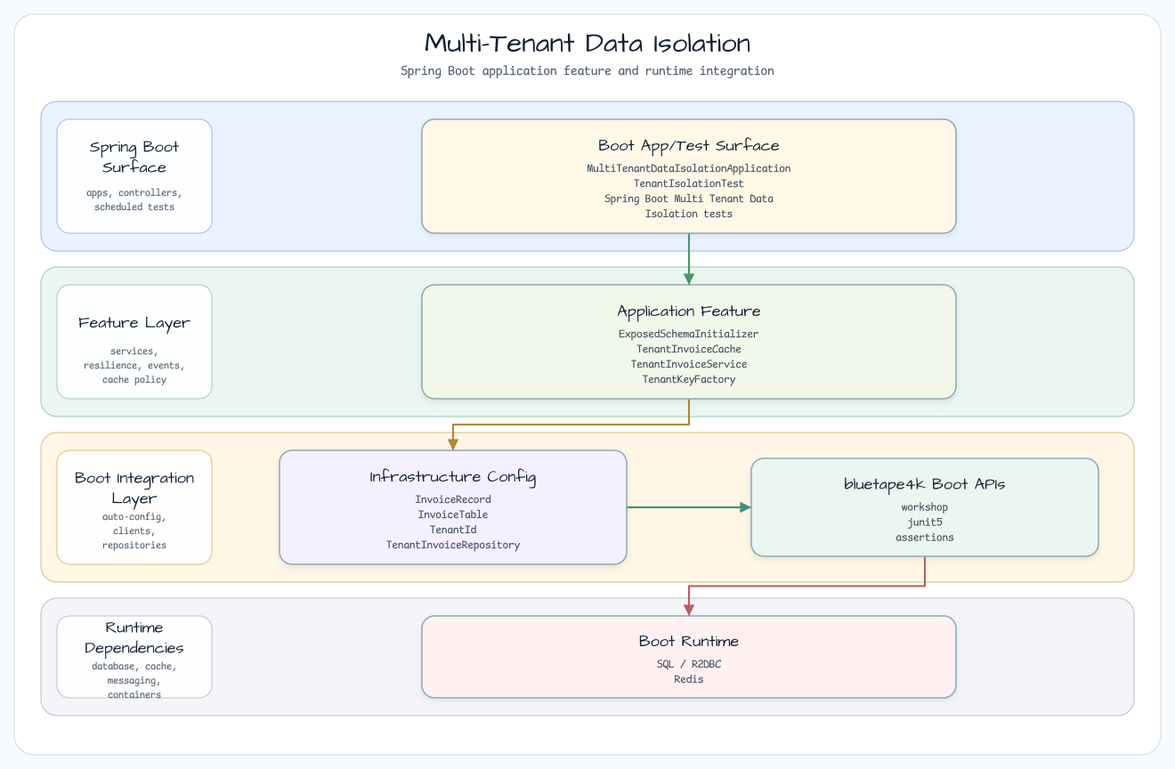
Before: docs/images/readme-diagrams/spring-boot-multi-tenant-data-isolation-readme-architecture-01.png, a diagram exported from Graphviz (bluetape4k/bluetape4k-workshop). Its source is kept beside it as docs/images/readme-diagrams/spring-boot-multi-tenant-data-isolation-readme-architecture-01.dot.
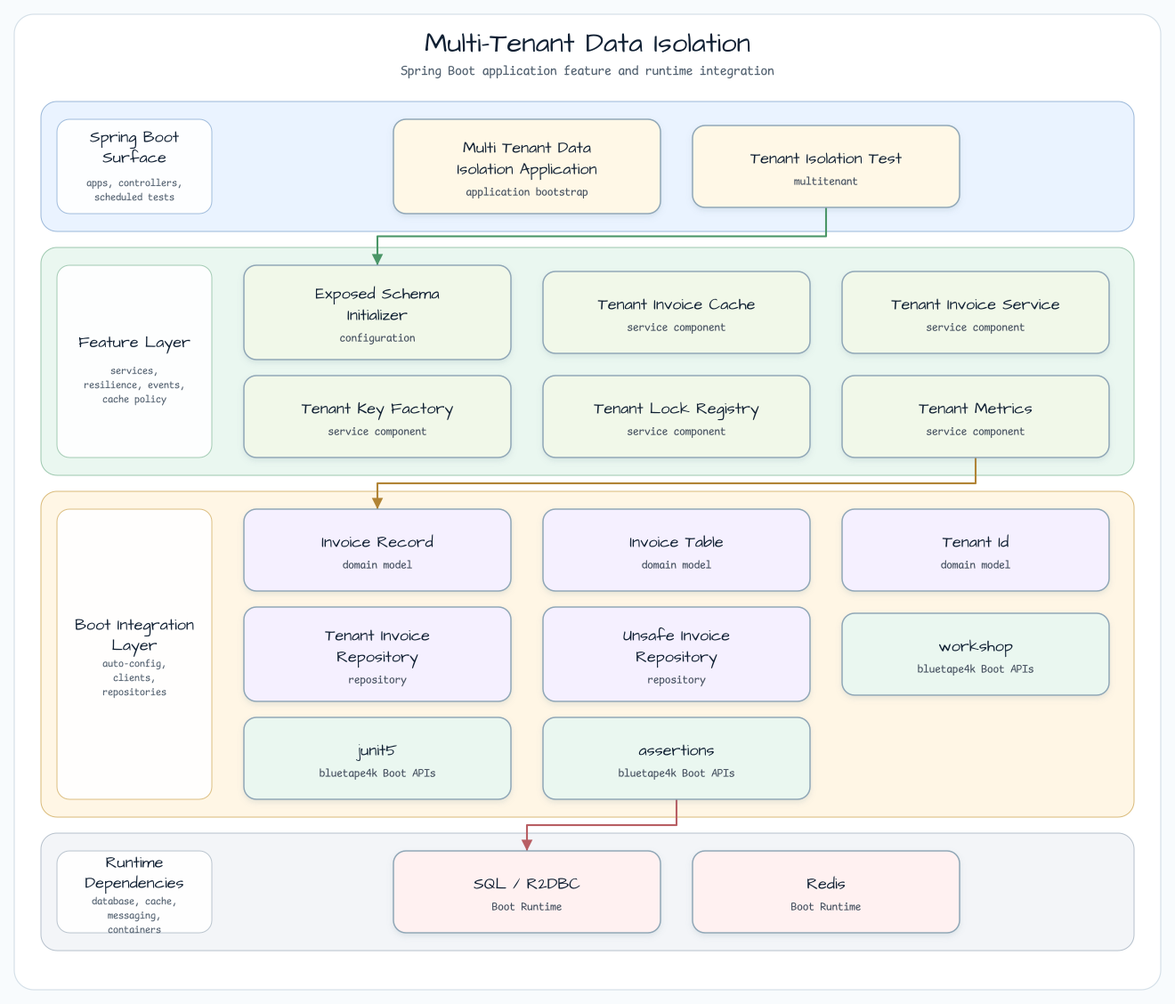
The same file after the commit.

Change to the diagram source:
```diff
@@ -26,14 +26,26 @@
     fontsize=11
   ];
 
-  entry [label="Boot App/Test Surface\nMultiTenantDataIsolationApplication\nTenantIsolationTest\nSpring Boot Multi Tenant Data\nIsolation tests", fillcolor="#FFF8E7"];
-  service [label="Application Feature\nExposedSchemaInitializer\nTenantInvoiceCache\nTenantInvoiceService\nTenantKeyFactory", fillcolor="#F1F8E9"];
-  infra [label="Infrastructure Config\nInvoiceRecord\nInvoiceTable\nTenantId\nTenantInvoiceRepository", fillcolor="#F5F0FF"];
-  bt [label="bluetape4k Boot APIs\nworkshop\njunit5\nassertions", fillcolor="#EAF7F0"];
-  runtime [label="Boot Runtime\nSQL / R2DBC\nRedis", fillcolor="#FFF1F1"];
+  entry0 [label="Multi Tenant Data Isolation Application\napplication bootstrap", fillcolor="#FFF8E7"];
+  entry1 [label="Tenant Isolation Test\nmultitenant", fillcolor="#FFF8E7"];
+  service0 [label="Exposed Schema Initializer\nconfiguration", fillcolor="#F1F8E9"];
+  service1 [label="Tenant Invoice Cache\nservice component", fillcolor="#F1F8E9"];
+  service2 [label="Tenant Invoice Service\nservice component", fillcolor="#F1F8E9"];
+  service3 [label="Tenant Key Factory\nservice component", fillcolor="#F1F8E9"];
+  service4 [label="Tenant Lock Registry\nservice component", fillcolor="#F1F8E9"];
+  service5 [label="Tenant Metrics\nservice component", fillcolor="#F1F8E9"];
+  infra0 [label="Invoice Record\ndomain model", fillcolor="#F5F0FF"];
+  infra1 [label="Invoice Table\ndomain model", fillcolor="#F5F0FF"];
+  infra2 [label="Tenant Id\ndomain model", fillcolor="#F5F0FF"];
+  infra3 [label="Tenant Invoice Repository\nrepository", fillcolor="#F5F0FF"];
+  infra4 [label="Unsafe Invoice Repository\nrepository", fillcolor="#F5F0FF"];
+  bt0 [label="workshop\nbluetape4k Boot APIs", fillcolor="#EAF7F0"];
+  bt1 [label="junit5\nbluetape4k Boot APIs", fillcolor="#EAF7F0"];
+  bt2 [label="assertions\nbluetape4k Boot APIs", fillcolor="#EAF7F0"];
+  runtime0 [label="SQL / R2DBC\nBoot Runtime", fillcolor="#FFF1F1"];
+  runtime1 [label="Redis\nBoot Runtime", fillcolor="#FFF1F1"];
 
-  entry -> service [label="delegates"];
-  service -> infra [label="persists / publishes"];
-  infra -> bt [label="extends"];
-  bt -> runtime [label="adapts"];
+  entry1 -> service0 [label="starts"];
+  service5 -> infra0 [label="persists / publishes"];
+  bt2 -> runtime0 [label="adapts"];
 }
```
